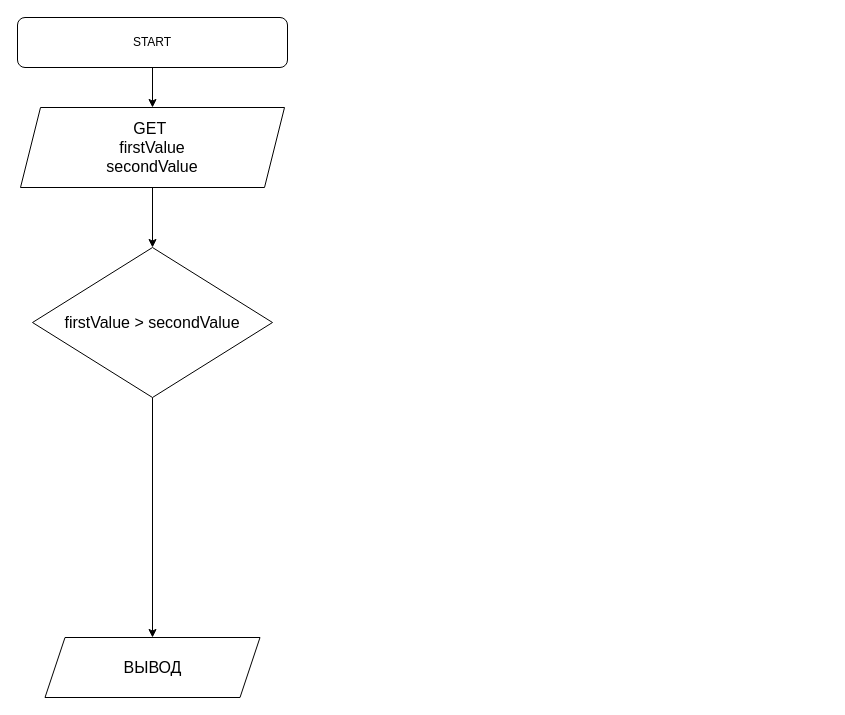
Earlier version of the draw.io diagram lesson01/Task02/scheme.drawio (SquierStream/geek-brains-squier). Source tidied: cells renumbered, new cells numbered last; positions are measured from the earlier drawing's top-left corner, leaving out a move shared by most shapes. Both pictures are drawn from the tidied source at 100%, with x=0, y=0 at pixel (17, 17).
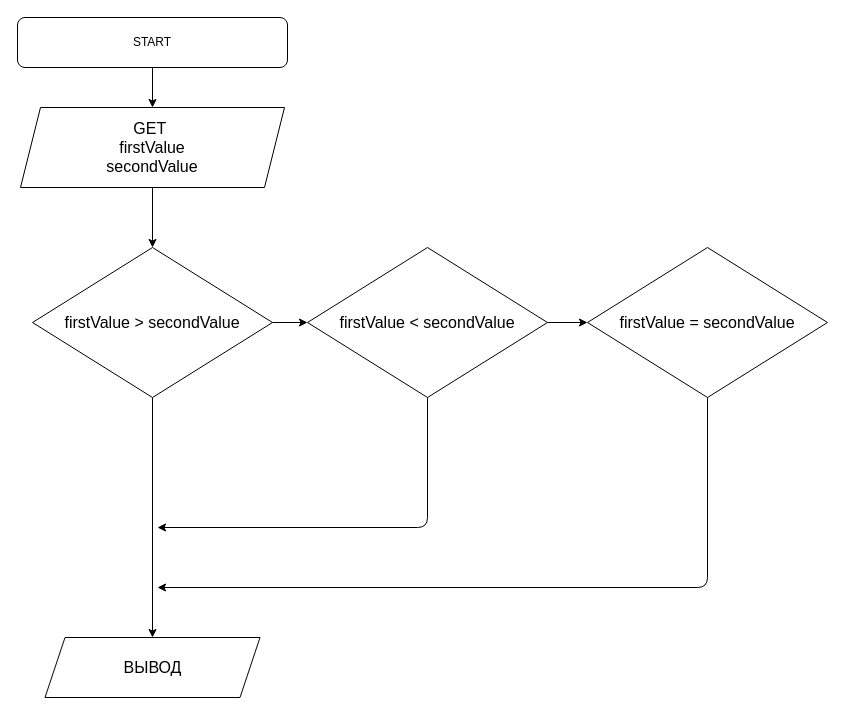
After the change.

Change to the diagram source:
```diff
@@
 <mxGraphModel>
   <root>
     <mxCell id="0" />
     <mxCell id="1" parent="0" />
     <mxCell id="2" style="edgeStyle=none;html=1;exitX=0.5;exitY=1;exitDx=0;exitDy=0;entryX=0.5;entryY=0;entryDx=0;entryDy=0;fontSize=16;" parent="1" edge="1" source="3" target="5">
       <mxGeometry relative="1" as="geometry" />
     </mxCell>
     <mxCell id="3" value="START" style="rounded=1;whiteSpace=wrap;html=1;" parent="1" vertex="1">
       <mxGeometry width="270" height="50" as="geometry" />
     </mxCell>
     <mxCell id="4" style="edgeStyle=none;html=1;entryX=0.5;entryY=0;entryDx=0;entryDy=0;fontSize=16;" parent="1" edge="1" source="5" target="7">
       <mxGeometry relative="1" as="geometry" />
     </mxCell>
     <mxCell id="5" value="&lt;div style=&quot;font-size: 16px&quot;&gt;&lt;font style=&quot;font-size: 16px&quot;&gt;GET&amp;nbsp;&lt;/font&gt;&lt;/div&gt;&lt;div style=&quot;font-size: 16px&quot;&gt;&lt;font style=&quot;font-size: 16px&quot;&gt;firstValue&lt;/font&gt;&lt;/div&gt;&lt;div style=&quot;font-size: 16px&quot;&gt;&lt;font style=&quot;font-size: 16px&quot;&gt;secondValue&lt;/font&gt;&lt;/div&gt;" style="shape=parallelogram;perimeter=parallelogramPerimeter;whiteSpace=wrap;html=1;fixedSize=1;" parent="1" vertex="1">
       <mxGeometry x="3" y="90" width="264" height="80" as="geometry" />
     </mxCell>
     <mxCell id="6" style="edgeStyle=none;html=1;fontSize=16;" parent="1" edge="1" source="7">
       <mxGeometry relative="1" as="geometry">
         <mxPoint x="135" y="620" as="targetPoint" />
       </mxGeometry>
     </mxCell>
+    <mxCell id="9" style="edgeStyle=none;html=1;exitX=1;exitY=0.5;exitDx=0;exitDy=0;entryX=0;entryY=0.5;entryDx=0;entryDy=0;fontSize=16;" parent="1" edge="1" source="7" target="12">
+      <mxGeometry relative="1" as="geometry" />
+    </mxCell>
     <mxCell id="7" value="firstValue &amp;gt; secondValue" style="rhombus;whiteSpace=wrap;html=1;fontSize=16;" parent="1" vertex="1">
       <mxGeometry x="15" y="230" width="240" height="150" as="geometry" />
     </mxCell>
     <mxCell id="8" value="ВЫВОД" style="shape=parallelogram;perimeter=parallelogramPerimeter;whiteSpace=wrap;html=1;fixedSize=1;fontSize=16;" parent="1" vertex="1">
       <mxGeometry x="27.5" y="620" width="215" height="60" as="geometry" />
     </mxCell>
+    <mxCell id="10" style="edgeStyle=none;html=1;exitX=1;exitY=0.5;exitDx=0;exitDy=0;entryX=0;entryY=0.5;entryDx=0;entryDy=0;fontSize=16;" parent="1" edge="1" source="12" target="14">
+      <mxGeometry relative="1" as="geometry" />
+    </mxCell>
+    <mxCell id="11" style="edgeStyle=none;html=1;fontSize=16;" parent="1" edge="1" source="12">
+      <mxGeometry relative="1" as="geometry">
+        <mxPoint x="140" y="510" as="targetPoint" />
+        <Array as="points">
+          <mxPoint x="410" y="510" />
+        </Array>
+      </mxGeometry>
+    </mxCell>
+    <mxCell id="12" value="firstValue &amp;lt; secondValue" style="rhombus;whiteSpace=wrap;html=1;fontSize=16;" parent="1" vertex="1">
+      <mxGeometry x="290" y="230" width="240" height="150" as="geometry" />
+    </mxCell>
+    <mxCell id="13" style="edgeStyle=none;html=1;exitX=0.5;exitY=1;exitDx=0;exitDy=0;fontSize=16;" parent="1" edge="1" source="14">
+      <mxGeometry relative="1" as="geometry">
+        <mxPoint x="140" y="570" as="targetPoint" />
+        <Array as="points">
+          <mxPoint x="690" y="570" />
+        </Array>
+      </mxGeometry>
+    </mxCell>
+    <mxCell id="14" value="firstValue = secondValue" style="rhombus;whiteSpace=wrap;html=1;fontSize=16;" parent="1" vertex="1">
+      <mxGeometry x="570" y="230" width="240" height="150" as="geometry" />
+    </mxCell>
   </root>
 </mxGraphModel>
```
